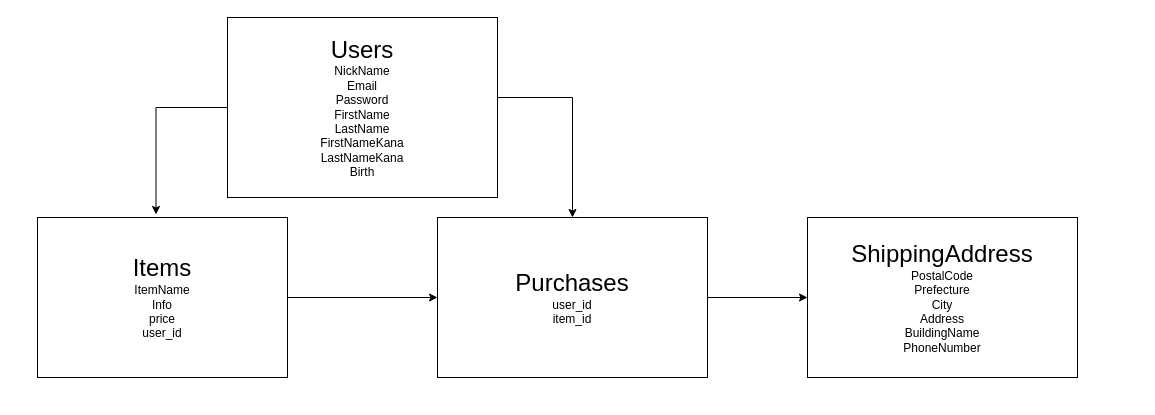
masa-maker/furima-33447 keeps this draw.io diagram as furima.dio. Above is the earlier version. Source tidied: cells renumbered, new cells numbered last; positions are measured from the earlier drawing's top-left corner, leaving out a move shared by most shapes. Both pictures are drawn from the tidied source at 100%, with x=0, y=0 at pixel (37, 17).
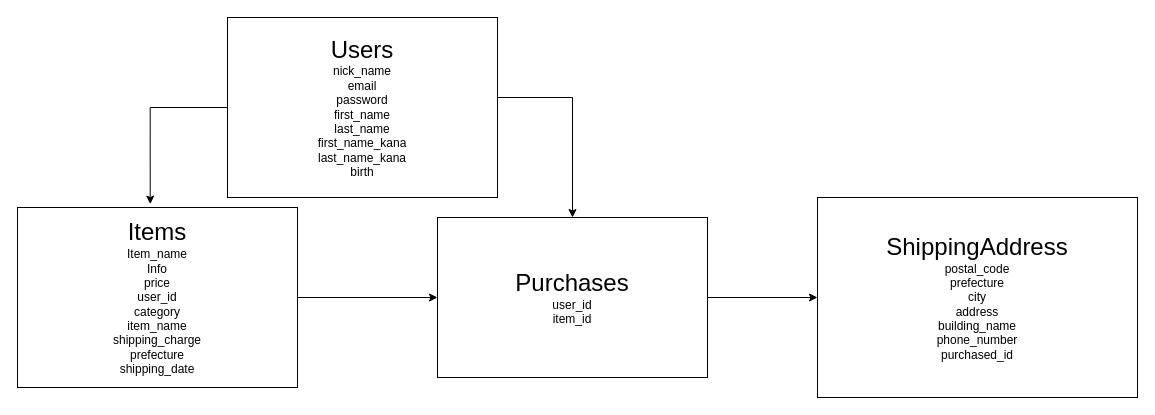
The same page after the edit.

Commit message (it also covers changes not shown here):
DB設計　修正版１

Diff of the diagram source:
```diff
@@
 <mxGraphModel>
   <root>
     <mxCell id="0" />
     <mxCell id="1" parent="0" />
     <mxCell id="2" style="edgeStyle=orthogonalEdgeStyle;rounded=0;jettySize=auto;html=1;exitX=1;exitY=0.5;exitDx=0;exitDy=0;entryX=0.5;entryY=0;entryDx=0;entryDy=0;" parent="1" edge="1" source="4" target="8">
       <mxGeometry relative="1" as="geometry">
         <Array as="points">
           <mxPoint x="535" y="80" />
         </Array>
       </mxGeometry>
     </mxCell>
     <mxCell id="3" style="edgeStyle=orthogonalEdgeStyle;rounded=0;jettySize=auto;html=1;exitX=0;exitY=0.5;exitDx=0;exitDy=0;entryX=0.474;entryY=-0.019;entryDx=0;entryDy=0;entryPerimeter=0;" parent="1" edge="1" source="4" target="6">
       <mxGeometry relative="1" as="geometry" />
     </mxCell>
-    <mxCell id="4" value="&lt;font style=&quot;font-size: 24px&quot;&gt;Users&lt;/font&gt;&lt;br&gt;NickName&lt;br&gt;Email&lt;br&gt;Password&lt;br&gt;FirstName&lt;br&gt;LastName&lt;br&gt;FirstNameKana&lt;br&gt;LastNameKana&lt;br&gt;Birth" style="whiteSpace=wrap;html=1;" parent="1" vertex="1">
+    <mxCell id="4" value="&lt;font style=&quot;font-size: 24px&quot;&gt;Users&lt;/font&gt;&lt;br&gt;nick_name&lt;br&gt;email&lt;br&gt;password&lt;br&gt;first_name&lt;br&gt;last_name&lt;br&gt;first_name_kana&lt;br&gt;last_name_kana&lt;br&gt;birth" style="whiteSpace=wrap;html=1;" parent="1" vertex="1">
       <mxGeometry x="190" width="270" height="180" as="geometry" />
     </mxCell>
     <mxCell id="5" style="edgeStyle=orthogonalEdgeStyle;rounded=0;jettySize=auto;html=1;entryX=0;entryY=0.5;entryDx=0;entryDy=0;" parent="1" edge="1" source="6" target="8">
       <mxGeometry relative="1" as="geometry" />
     </mxCell>
-    <mxCell id="6" value="&lt;font style=&quot;font-size: 24px&quot;&gt;Items&lt;/font&gt;&lt;br&gt;ItemName&lt;br&gt;Info&lt;br&gt;price&lt;br&gt;user_id" style="whiteSpace=wrap;html=1;" parent="1" vertex="1">
-      <mxGeometry y="200" width="250" height="160" as="geometry" />
+    <mxCell id="6" value="&lt;font style=&quot;font-size: 24px&quot;&gt;Items&lt;/font&gt;&lt;br&gt;Item_name&lt;br&gt;Info&lt;br&gt;price&lt;br&gt;user_id&lt;br&gt;category&lt;br&gt;item_name&lt;br&gt;shipping_charge&lt;br&gt;prefecture&lt;br&gt;shipping_date&lt;br&gt;" style="whiteSpace=wrap;html=1;" parent="1" vertex="1">
+      <mxGeometry x="-20" y="190" width="280" height="180" as="geometry" />
     </mxCell>
     <mxCell id="7" style="edgeStyle=orthogonalEdgeStyle;rounded=0;jettySize=auto;html=1;" parent="1" edge="1" source="8" target="9">
       <mxGeometry relative="1" as="geometry" />
     </mxCell>
     <mxCell id="8" value="&lt;font style=&quot;font-size: 24px&quot;&gt;Purchases&lt;br&gt;&lt;/font&gt;user_id&lt;br&gt;item_id" style="whiteSpace=wrap;html=1;" parent="1" vertex="1">
       <mxGeometry x="400" y="200" width="270" height="160" as="geometry" />
     </mxCell>
-    <mxCell id="9" value="&lt;font style=&quot;font-size: 24px&quot;&gt;ShippingAddress&lt;/font&gt;&lt;br&gt;PostalCode&lt;br&gt;Prefecture&lt;br&gt;City&lt;br&gt;Address&lt;br&gt;BuildingName&lt;br&gt;PhoneNumber" style="whiteSpace=wrap;html=1;" parent="1" vertex="1">
-      <mxGeometry x="770" y="200" width="270" height="160" as="geometry" />
+    <mxCell id="9" value="&lt;font style=&quot;font-size: 24px&quot;&gt;ShippingAddress&lt;/font&gt;&lt;br&gt;postal_code&lt;br&gt;prefecture&lt;br&gt;city&lt;br&gt;address&lt;br&gt;building_name&lt;br&gt;phone_number&lt;br&gt;purchased_id" style="whiteSpace=wrap;html=1;" parent="1" vertex="1">
+      <mxGeometry x="780" y="180" width="320" height="200" as="geometry" />
     </mxCell>
   </root>
 </mxGraphModel>
```
